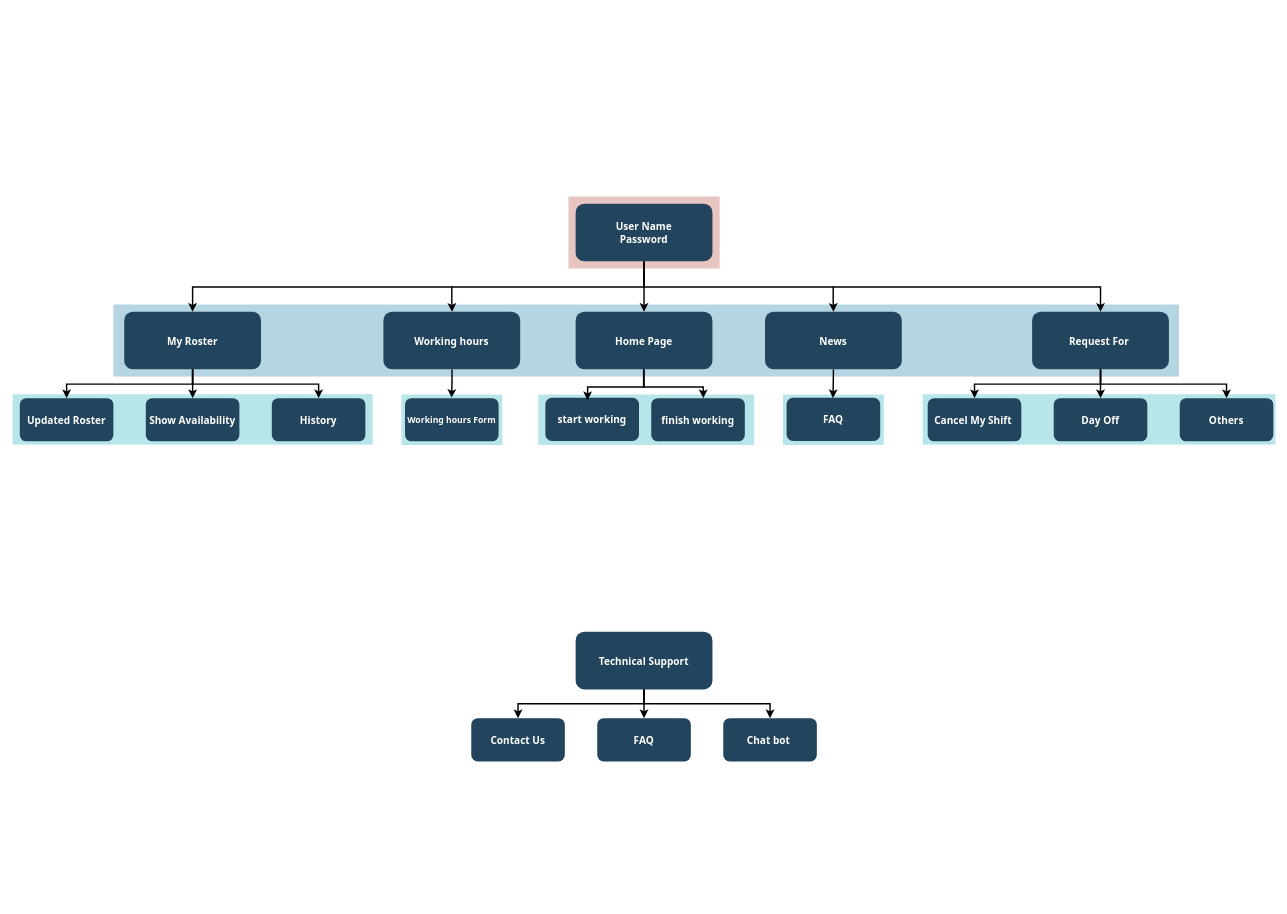
This is sitemap.drawio from SafwanAltawil/HelloWorld, a draw.io file, before an edit. Source tidied: cells renumbered, new cells numbered last; positions are measured from the earlier drawing's top-left corner, leaving out a move shared by most shapes. Both pictures are drawn from the tidied source at 72%, with x=0, y=0 at pixel (12, 197).
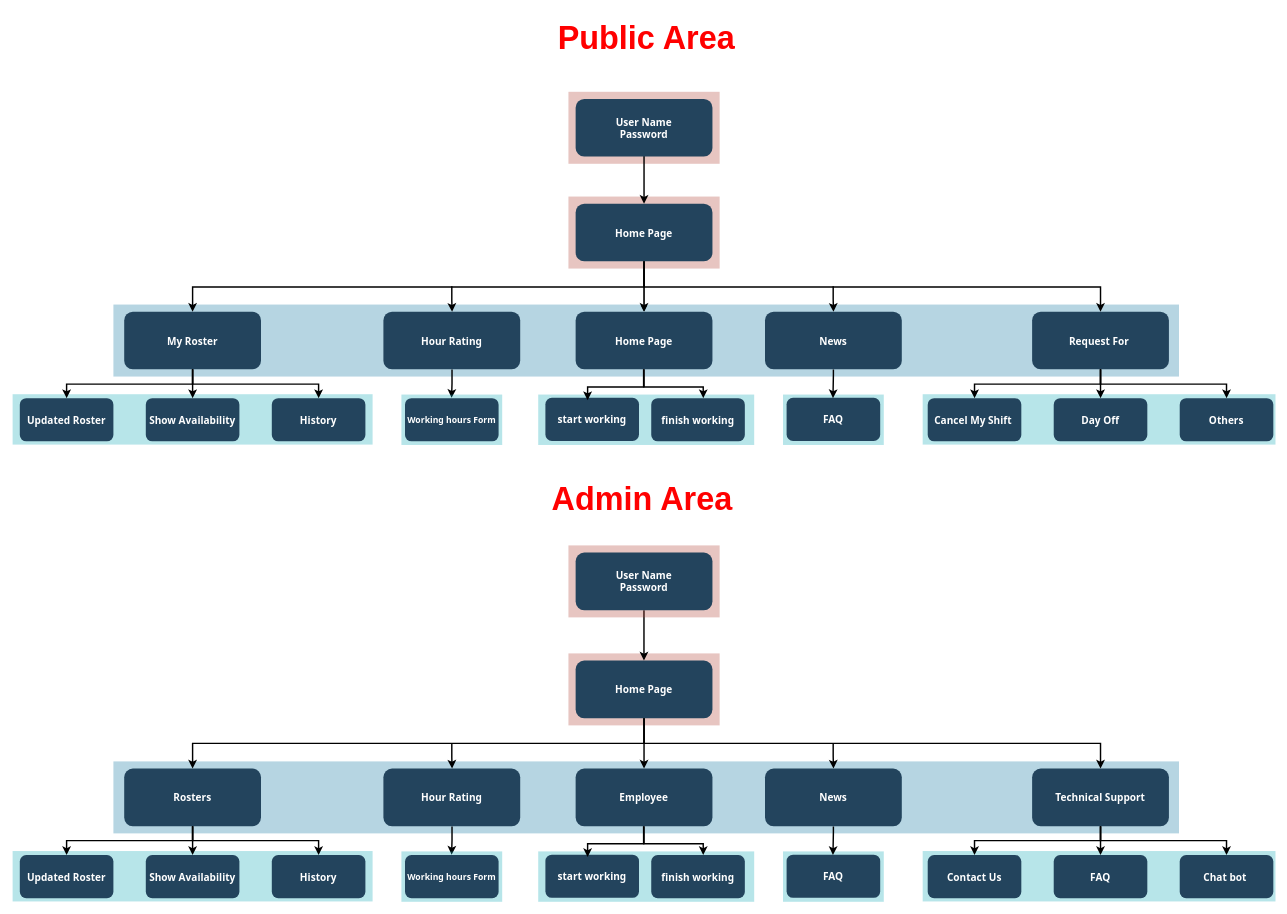
The same page after the edit.

The change refers to these unchanged cells:
```xml
<mxCell id="2" style="fillColor=#AE4132;strokeColor=none;opacity=30;" parent="1" vertex="1">
  <mxGeometry x="772" y="-0.5" width="210" height="100" as="geometry" />
</mxCell>
<mxCell id="12" value="Home Page" style="rounded=1;fillColor=#23445D;gradientColor=none;strokeColor=none;fontColor=#FFFFFF;fontStyle=1;fontFamily=Tahoma;fontSize=14;" parent="1" vertex="1">
  <mxGeometry x="782" y="159.5" width="190" height="80" as="geometry" />
</mxCell>
```

The edit, as a diff of the source:
```diff
@@
+    <mxCell id="47" style="edgeStyle=orthogonalEdgeStyle;rounded=0;jettySize=auto;html=1;" parent="1" edge="1" source="2" target="12">
+      <mxGeometry relative="1" as="geometry" />
+    </mxCell>
@@
-    <mxCell id="7" value="User Name&#10;Password" style="rounded=1;fillColor=#23445D;gradientColor=none;strokeColor=none;fontColor=#FFFFFF;fontStyle=1;fontFamily=Tahoma;fontSize=14;" parent="1" vertex="1">
+    <mxCell id="7" value="Home Page" style="rounded=1;fillColor=#23445D;gradientColor=none;strokeColor=none;fontColor=#FFFFFF;fontStyle=1;fontFamily=Tahoma;fontSize=14;" parent="1" vertex="1">
       <mxGeometry x="782" y="9.5" width="190" height="80" as="geometry" />
     </mxCell>
@@
-    <mxCell id="10" value="Working hours" style="rounded=1;fillColor=#23445D;gradientColor=none;strokeColor=none;fontColor=#FFFFFF;fontStyle=1;fontFamily=Tahoma;fontSize=14;" parent="1" vertex="1">
+    <mxCell id="10" value="Hour Rating" style="rounded=1;fillColor=#23445D;gradientColor=none;strokeColor=none;fontColor=#FFFFFF;fontStyle=1;fontFamily=Tahoma;fontSize=14;" parent="1" vertex="1">
       <mxGeometry x="515" y="159.5" width="190" height="80" as="geometry" />
     </mxCell>
@@
-    <mxCell id="31" value="Technical Support" style="rounded=1;fillColor=#23445D;gradientColor=none;strokeColor=none;fontColor=#FFFFFF;fontStyle=1;fontFamily=Tahoma;fontSize=14;" parent="1" vertex="1">
-      <mxGeometry x="782" y="604" width="190" height="80" as="geometry" />
-    </mxCell>
-    <mxCell id="32" value="Contact Us" style="rounded=1;fillColor=#23445D;gradientColor=none;strokeColor=none;fontColor=#FFFFFF;fontStyle=1;fontFamily=Tahoma;fontSize=14;" parent="1" vertex="1">
-      <mxGeometry x="637" y="724" width="130" height="60" as="geometry" />
-    </mxCell>
-    <mxCell id="33" value="FAQ" style="rounded=1;fillColor=#23445D;gradientColor=none;strokeColor=none;fontColor=#FFFFFF;fontStyle=1;fontFamily=Tahoma;fontSize=14;" parent="1" vertex="1">
-      <mxGeometry x="812" y="724" width="130" height="60" as="geometry" />
-    </mxCell>
-    <mxCell id="34" value="Chat bot " style="rounded=1;fillColor=#23445D;gradientColor=none;strokeColor=none;fontColor=#FFFFFF;fontStyle=1;fontFamily=Tahoma;fontSize=14;" parent="1" vertex="1">
-      <mxGeometry x="987" y="724" width="130" height="60" as="geometry" />
-    </mxCell>
-    <mxCell id="35" style="edgeStyle=elbowEdgeStyle;elbow=vertical;strokeWidth=2;rounded=0;" parent="1" edge="1" source="31" target="33">
-      <mxGeometry x="-23" y="135.5" as="geometry" />
-    </mxCell>
-    <mxCell id="36" style="edgeStyle=elbowEdgeStyle;elbow=vertical;strokeWidth=2;rounded=0;" parent="1" edge="1" source="31" target="32">
-      <mxGeometry x="-23" y="135.5" as="geometry" />
-    </mxCell>
-    <mxCell id="37" style="edgeStyle=elbowEdgeStyle;elbow=vertical;strokeWidth=2;rounded=0;" parent="1" edge="1" source="31" target="34">
-      <mxGeometry x="-23" y="135.5" as="geometry" />
-    </mxCell>
@@
+    <mxCell id="48" style="fillColor=#AE4132;strokeColor=none;opacity=30;" parent="1" vertex="1">
+      <mxGeometry x="772" y="634" width="210" height="100" as="geometry" />
+    </mxCell>
+    <mxCell id="49" style="fillColor=#10739E;strokeColor=none;opacity=30;" parent="1" vertex="1">
+      <mxGeometry x="140" y="784" width="1480" height="100" as="geometry" />
+    </mxCell>
+    <mxCell id="50" style="fillColor=#12AAB5;strokeColor=none;opacity=30;" parent="1" vertex="1">
+      <mxGeometry x="1264" y="908.5" width="490" height="70" as="geometry" />
+    </mxCell>
+    <mxCell id="51" style="fillColor=#12AAB5;strokeColor=none;opacity=30;" parent="1" vertex="1">
+      <mxGeometry y="908.5" width="500" height="70" as="geometry" />
+    </mxCell>
+    <mxCell id="52" style="fillColor=#12AAB5;strokeColor=none;opacity=30;" parent="1" vertex="1">
+      <mxGeometry x="730" y="909" width="300" height="70" as="geometry" />
+    </mxCell>
+    <mxCell id="53" value="Home Page" style="rounded=1;fillColor=#23445D;gradientColor=none;strokeColor=none;fontColor=#FFFFFF;fontStyle=1;fontFamily=Tahoma;fontSize=14;" parent="1" vertex="1">
+      <mxGeometry x="782" y="644" width="190" height="80" as="geometry" />
+    </mxCell>
+    <mxCell id="31" value="Technical Support" style="rounded=1;fillColor=#23445D;gradientColor=none;strokeColor=none;fontColor=#FFFFFF;fontStyle=1;fontFamily=Tahoma;fontSize=14;" parent="1" vertex="1">
+      <mxGeometry x="1416" y="794" width="190" height="80" as="geometry" />
+    </mxCell>
+    <mxCell id="54" style="edgeStyle=elbowEdgeStyle;elbow=vertical;strokeWidth=2;rounded=0;" parent="1" edge="1" source="53" target="31">
+      <mxGeometry x="337" y="215.5" as="geometry" />
+    </mxCell>
+    <mxCell id="55" value="Hour Rating" style="rounded=1;fillColor=#23445D;gradientColor=none;strokeColor=none;fontColor=#FFFFFF;fontStyle=1;fontFamily=Tahoma;fontSize=14;" parent="1" vertex="1">
+      <mxGeometry x="515" y="794" width="190" height="80" as="geometry" />
+    </mxCell>
+    <mxCell id="56" value="Rosters" style="rounded=1;fillColor=#23445D;gradientColor=none;strokeColor=none;fontColor=#FFFFFF;fontStyle=1;fontFamily=Tahoma;fontSize=14;" parent="1" vertex="1">
+      <mxGeometry x="155" y="794" width="190" height="80" as="geometry" />
+    </mxCell>
+    <mxCell id="57" value="Employee" style="rounded=1;fillColor=#23445D;gradientColor=none;strokeColor=none;fontColor=#FFFFFF;fontStyle=1;fontFamily=Tahoma;fontSize=14;" parent="1" vertex="1">
+      <mxGeometry x="782" y="794" width="190" height="80" as="geometry" />
+    </mxCell>
+    <mxCell id="58" value="start working" style="rounded=1;fillColor=#23445D;gradientColor=none;strokeColor=none;fontColor=#FFFFFF;fontStyle=1;fontFamily=Tahoma;fontSize=14;" parent="1" vertex="1">
+      <mxGeometry x="740" y="913.5" width="130" height="60" as="geometry" />
+    </mxCell>
+    <mxCell id="59" value="Updated Roster" style="rounded=1;fillColor=#23445D;gradientColor=none;strokeColor=none;fontColor=#FFFFFF;fontStyle=1;fontFamily=Tahoma;fontSize=14;" parent="1" vertex="1">
+      <mxGeometry x="10" y="914" width="130" height="60" as="geometry" />
+    </mxCell>
+    <mxCell id="60" value="Show Availability" style="rounded=1;fillColor=#23445D;gradientColor=none;strokeColor=none;fontColor=#FFFFFF;fontStyle=1;fontFamily=Tahoma;fontSize=14;" parent="1" vertex="1">
+      <mxGeometry x="185" y="914" width="130" height="60" as="geometry" />
+    </mxCell>
+    <mxCell id="61" value="History" style="rounded=1;fillColor=#23445D;gradientColor=none;strokeColor=none;fontColor=#FFFFFF;fontStyle=1;fontFamily=Tahoma;fontSize=14;" parent="1" vertex="1">
+      <mxGeometry x="360" y="914" width="130" height="60" as="geometry" />
+    </mxCell>
+    <mxCell id="32" value="Contact Us" style="rounded=1;fillColor=#23445D;gradientColor=none;strokeColor=none;fontColor=#FFFFFF;fontStyle=1;fontFamily=Tahoma;fontSize=14;" parent="1" vertex="1">
+      <mxGeometry x="1271" y="914" width="130" height="60" as="geometry" />
+    </mxCell>
+    <mxCell id="62" value="FAQ" style="rounded=1;fillColor=#23445D;gradientColor=none;strokeColor=none;fontColor=#FFFFFF;fontStyle=1;fontFamily=Tahoma;fontSize=14;" parent="1" vertex="1">
+      <mxGeometry x="1446" y="914" width="130" height="60" as="geometry" />
+    </mxCell>
+    <mxCell id="34" value="Chat bot " style="rounded=1;fillColor=#23445D;gradientColor=none;strokeColor=none;fontColor=#FFFFFF;fontStyle=1;fontFamily=Tahoma;fontSize=14;" parent="1" vertex="1">
+      <mxGeometry x="1621" y="914" width="130" height="60" as="geometry" />
+    </mxCell>
+    <mxCell id="63" style="edgeStyle=elbowEdgeStyle;elbow=vertical;strokeWidth=2;rounded=0;" parent="1" edge="1" source="53" target="56">
+      <mxGeometry x="347" y="225.5" as="geometry" />
+    </mxCell>
+    <mxCell id="64" style="edgeStyle=elbowEdgeStyle;elbow=vertical;strokeWidth=2;rounded=0;" parent="1" edge="1" source="53" target="57">
+      <mxGeometry x="-23" y="135.5" as="geometry">
+        <Array as="points">
+          <mxPoint x="877" y="768.5" />
+        </Array>
+      </mxGeometry>
+    </mxCell>
+    <mxCell id="65" style="edgeStyle=elbowEdgeStyle;elbow=vertical;strokeWidth=2;rounded=0;exitX=0.553;exitY=1.021;exitDx=0;exitDy=0;exitPerimeter=0;entryX=0.451;entryY=0.055;entryDx=0;entryDy=0;entryPerimeter=0;" parent="1" edge="1" target="58">
+      <mxGeometry x="-23" y="135.5" as="geometry">
+        <mxPoint x="876.4" y="874" as="sourcePoint" />
+        <Array as="points">
+          <mxPoint x="840" y="898.5" />
+        </Array>
+      </mxGeometry>
+    </mxCell>
+    <mxCell id="66" style="edgeStyle=elbowEdgeStyle;elbow=vertical;strokeWidth=2;rounded=0;" parent="1" edge="1" source="56" target="59">
+      <mxGeometry x="-23" y="135.5" as="geometry" />
+    </mxCell>
+    <mxCell id="67" style="edgeStyle=elbowEdgeStyle;elbow=vertical;strokeWidth=2;rounded=0;" parent="1" edge="1" source="56">
+      <mxGeometry x="-23" y="135.5" as="geometry">
+        <mxPoint x="250" y="914" as="targetPoint" />
+      </mxGeometry>
+    </mxCell>
+    <mxCell id="68" style="edgeStyle=elbowEdgeStyle;elbow=vertical;strokeWidth=2;rounded=0;" parent="1" edge="1" source="56" target="61">
+      <mxGeometry x="-23" y="135.5" as="geometry" />
+    </mxCell>
+    <mxCell id="69" style="edgeStyle=elbowEdgeStyle;elbow=vertical;strokeWidth=2;rounded=0;" parent="1" edge="1" source="31" target="62">
+      <mxGeometry x="-23" y="135.5" as="geometry" />
+    </mxCell>
+    <mxCell id="36" style="edgeStyle=elbowEdgeStyle;elbow=vertical;strokeWidth=2;rounded=0;" parent="1" edge="1" source="31" target="32">
+      <mxGeometry x="-23" y="135.5" as="geometry" />
+    </mxCell>
+    <mxCell id="37" style="edgeStyle=elbowEdgeStyle;elbow=vertical;strokeWidth=2;rounded=0;" parent="1" edge="1" source="31" target="34">
+      <mxGeometry x="-23" y="135.5" as="geometry" />
+    </mxCell>
+    <mxCell id="70" style="edgeStyle=elbowEdgeStyle;elbow=vertical;strokeWidth=2;rounded=0;entryX=0.448;entryY=0.032;entryDx=0;entryDy=0;entryPerimeter=0;exitX=0.5;exitY=1;exitDx=0;exitDy=0;" parent="1" edge="1">
+      <mxGeometry x="-23" y="135.5" as="geometry">
+        <mxPoint x="877" y="874" as="sourcePoint" />
+        <mxPoint x="959.2" y="914" as="targetPoint" />
+        <Array as="points">
+          <mxPoint x="920" y="898.5" />
+        </Array>
+      </mxGeometry>
+    </mxCell>
+    <mxCell id="71" value="finish working" style="rounded=1;fillColor=#23445D;gradientColor=none;strokeColor=none;fontColor=#FFFFFF;fontStyle=1;fontFamily=Tahoma;fontSize=14;" parent="1" vertex="1">
+      <mxGeometry x="887" y="914" width="130" height="60" as="geometry" />
+    </mxCell>
+    <mxCell id="72" style="edgeStyle=elbowEdgeStyle;elbow=vertical;strokeWidth=2;rounded=0;exitX=0.49;exitY=0.962;exitDx=0;exitDy=0;exitPerimeter=0;entryX=0.482;entryY=0.017;entryDx=0;entryDy=0;entryPerimeter=0;" parent="1" edge="1">
+      <mxGeometry x="-23" y="135.5" as="geometry">
+        <mxPoint x="610.3" y="874.3" as="sourcePoint" />
+        <mxPoint x="609.7" y="913.5" as="targetPoint" />
+      </mxGeometry>
+    </mxCell>
+    <mxCell id="73" style="fillColor=#12AAB5;strokeColor=none;opacity=30;" parent="1" vertex="1">
+      <mxGeometry x="540" y="909" width="140" height="70" as="geometry" />
+    </mxCell>
+    <mxCell id="74" value="Working hours Form" style="rounded=1;fillColor=#23445D;gradientColor=none;strokeColor=none;fontColor=#FFFFFF;fontStyle=1;fontFamily=Tahoma;fontSize=12;spacing=1;" parent="1" vertex="1">
+      <mxGeometry x="545" y="914" width="130" height="60" as="geometry" />
+    </mxCell>
+    <mxCell id="75" style="edgeStyle=elbowEdgeStyle;elbow=vertical;strokeWidth=2;rounded=0;" parent="1" edge="1">
+      <mxGeometry x="-23" y="135.5" as="geometry">
+        <mxPoint x="1139.7" y="758.5" as="sourcePoint" />
+        <mxPoint x="1140.1" y="794" as="targetPoint" />
+        <Array as="points">
+          <mxPoint x="1162.9" y="776.5" />
+        </Array>
+      </mxGeometry>
+    </mxCell>
+    <mxCell id="76" value="News" style="rounded=1;fillColor=#23445D;gradientColor=none;strokeColor=none;fontColor=#FFFFFF;fontStyle=1;fontFamily=Tahoma;fontSize=14;" parent="1" vertex="1">
+      <mxGeometry x="1045" y="794" width="190" height="80" as="geometry" />
+    </mxCell>
+    <mxCell id="77" style="edgeStyle=elbowEdgeStyle;elbow=vertical;strokeWidth=2;rounded=0;" parent="1" edge="1">
+      <mxGeometry x="-23" y="135.5" as="geometry">
+        <mxPoint x="610" y="758.5" as="sourcePoint" />
+        <mxPoint x="610.4" y="794" as="targetPoint" />
+        <Array as="points">
+          <mxPoint x="635.2" y="778.5" />
+        </Array>
+      </mxGeometry>
+    </mxCell>
+    <mxCell id="78" style="fillColor=#12AAB5;strokeColor=none;opacity=30;" parent="1" vertex="1">
+      <mxGeometry x="1070" y="909" width="140" height="70" as="geometry" />
+    </mxCell>
+    <mxCell id="79" value="FAQ" style="rounded=1;fillColor=#23445D;gradientColor=none;strokeColor=none;fontColor=#FFFFFF;fontStyle=1;fontFamily=Tahoma;fontSize=14;" parent="1" vertex="1">
+      <mxGeometry x="1075" y="913.5" width="130" height="60" as="geometry" />
+    </mxCell>
+    <mxCell id="80" style="edgeStyle=elbowEdgeStyle;elbow=vertical;strokeWidth=2;rounded=0;exitX=0.49;exitY=0.962;exitDx=0;exitDy=0;exitPerimeter=0;entryX=0.482;entryY=0.017;entryDx=0;entryDy=0;entryPerimeter=0;" parent="1" edge="1">
+      <mxGeometry x="-23" y="135.5" as="geometry">
+        <mxPoint x="1140" y="874.3" as="sourcePoint" />
+        <mxPoint x="1139.4" y="914" as="targetPoint" />
+        <Array as="points">
+          <mxPoint x="1179.4" y="882" />
+        </Array>
+      </mxGeometry>
+    </mxCell>
+    <mxCell id="81" value="&lt;font color=&quot;#ff0000&quot; style=&quot;font-size: 45px;&quot;&gt;&lt;b&gt;Public Area&lt;/b&gt;&lt;/font&gt;" style="text;html=1;align=center;verticalAlign=middle;strokeColor=none;fillColor=none;" parent="1" vertex="1">
+      <mxGeometry x="745" y="-256" width="270" height="70" as="geometry" />
+    </mxCell>
+    <mxCell id="82" value="&lt;font color=&quot;#ff0000&quot; style=&quot;font-size: 45px;&quot;&gt;&lt;b&gt;Admin Area&lt;/b&gt;&lt;/font&gt;" style="text;html=1;align=center;verticalAlign=middle;strokeColor=none;fillColor=none;" parent="1" vertex="1">
+      <mxGeometry x="739" y="384" width="270" height="70" as="geometry" />
+    </mxCell>
+    <mxCell id="83" style="edgeStyle=elbowEdgeStyle;elbow=vertical;strokeWidth=2;rounded=0;" parent="1" edge="1">
+      <mxGeometry x="-23" y="135.5" as="geometry">
+        <mxPoint x="876.9" y="574" as="sourcePoint" />
+        <mxPoint x="876.9" y="644" as="targetPoint" />
+        <Array as="points">
+          <mxPoint x="876.9" y="618.5" />
+        </Array>
+      </mxGeometry>
+    </mxCell>
+    <mxCell id="84" style="fillColor=#AE4132;strokeColor=none;opacity=30;" parent="1" vertex="1">
+      <mxGeometry x="772" y="-146" width="210" height="100" as="geometry" />
+    </mxCell>
+    <mxCell id="85" style="edgeStyle=elbowEdgeStyle;elbow=vertical;strokeWidth=2;rounded=0;" parent="1" edge="1">
+      <mxGeometry x="-23" y="135.5" as="geometry">
+        <mxPoint x="877" y="-60.5" as="sourcePoint" />
+        <mxPoint x="877" y="9.5" as="targetPoint" />
+        <Array as="points">
+          <mxPoint x="877" y="-16.5" />
+        </Array>
+      </mxGeometry>
+    </mxCell>
+    <mxCell id="86" style="fillColor=#AE4132;strokeColor=none;opacity=30;" parent="1" vertex="1">
+      <mxGeometry x="772" y="484" width="210" height="100" as="geometry" />
+    </mxCell>
+    <mxCell id="87" value="User Name&#10;Password" style="rounded=1;fillColor=#23445D;gradientColor=none;strokeColor=none;fontColor=#FFFFFF;fontStyle=1;fontFamily=Tahoma;fontSize=14;" parent="1" vertex="1">
+      <mxGeometry x="782" y="-136" width="190" height="80" as="geometry" />
+    </mxCell>
+    <mxCell id="88" value="User Name&#10;Password" style="rounded=1;fillColor=#23445D;gradientColor=none;strokeColor=none;fontColor=#FFFFFF;fontStyle=1;fontFamily=Tahoma;fontSize=14;" parent="1" vertex="1">
+      <mxGeometry x="782" y="494" width="190" height="80" as="geometry" />
+    </mxCell>
```
